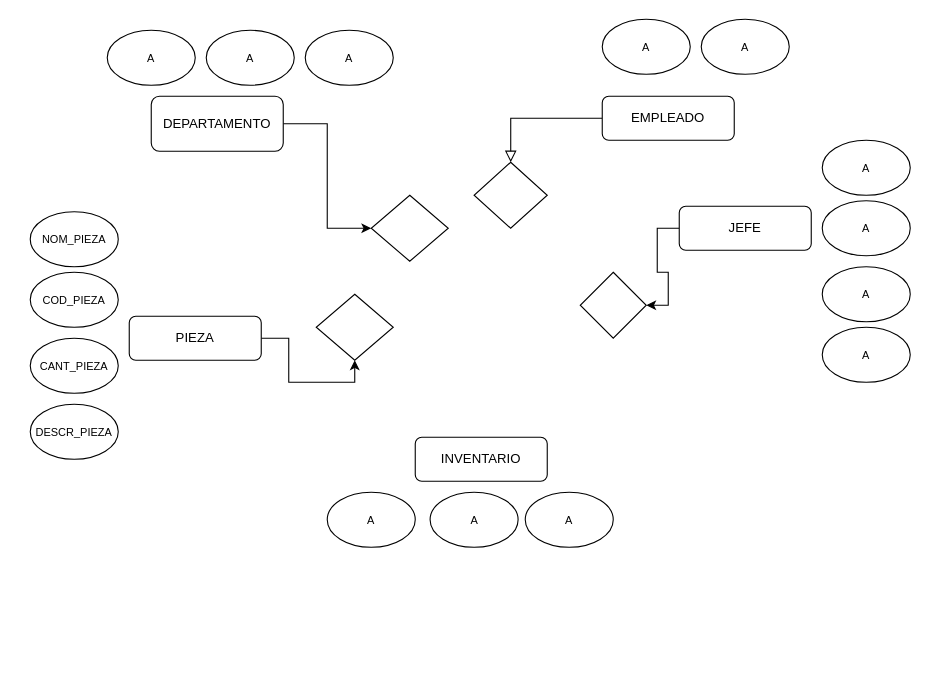
This is another.drawio from SantiagoRuizM/pragma_BasesDatos, a draw.io file, before an edit. Source tidied: cells renumbered, new cells numbered last; positions are measured from the earlier drawing's top-left corner, leaving out a move shared by most shapes. Both pictures are drawn from the tidied source at 110%, with x=0, y=0 at pixel (30, 19).
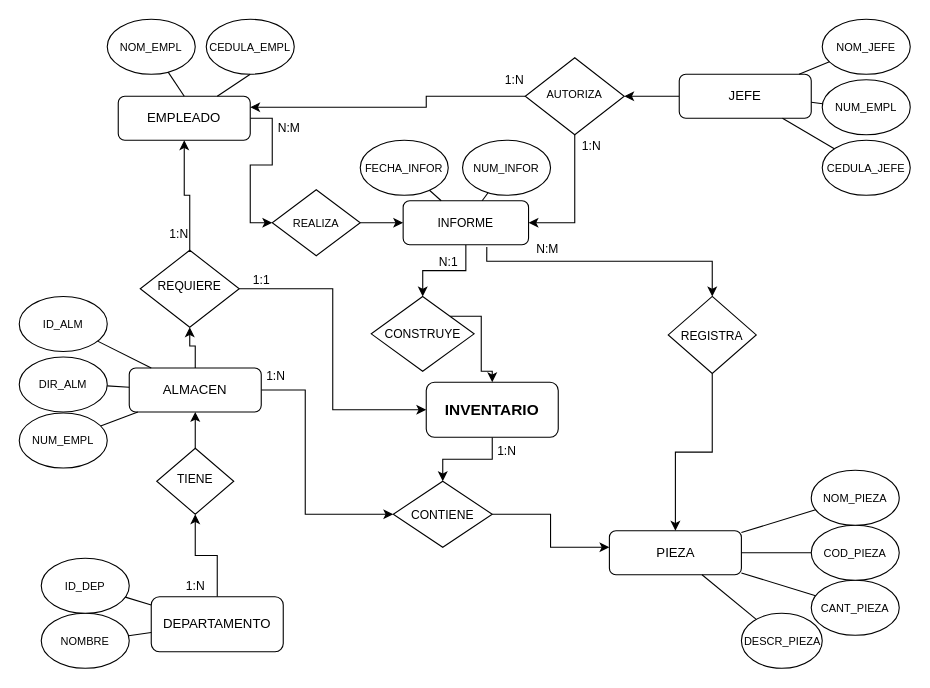
Above is the later version.

The edit, as a diff of the source:
```diff
@@
-    <mxCell id="2" style="rounded=0;html=1;jettySize=auto;fontSize=11;endArrow=block;endFill=0;endSize=8;strokeWidth=1;shadow=0;labelBackgroundColor=none;edgeStyle=orthogonalEdgeStyle;" parent="1" edge="1" source="3" target="4">
-      <mxGeometry relative="1" as="geometry" />
-    </mxCell>
+    <mxCell id="31" style="edgeStyle=orthogonalEdgeStyle;rounded=0;jettySize=auto;html=1;entryX=0;entryY=0.5;entryDx=0;entryDy=0;fontSize=10;" parent="1" edge="1" source="3" target="80">
+      <mxGeometry relative="1" as="geometry" />
+    </mxCell>
     <mxCell id="3" value="EMPLEADO" style="rounded=1;whiteSpace=wrap;html=1;fontSize=12;glass=0;strokeWidth=1;shadow=0;" parent="1" vertex="1">
-      <mxGeometry x="520" y="70" width="120" height="40" as="geometry" />
+      <mxGeometry x="80" y="70" width="120" height="40" as="geometry" />
     </mxCell>
-    <mxCell id="4" style="rhombus;whiteSpace=wrap;html=1;shadow=0;fontFamily=Helvetica;fontSize=12;align=center;strokeWidth=1;spacing=6;spacingTop=-4;" parent="1" vertex="1">
-      <mxGeometry x="403.5" y="130" width="66.5" height="60" as="geometry" />
-    </mxCell>
+    <mxCell id="32" style="edgeStyle=orthogonalEdgeStyle;rounded=0;jettySize=auto;html=1;fontSize=14;exitX=0.667;exitY=1.05;exitDx=0;exitDy=0;exitPerimeter=0;" parent="1" edge="1" source="5" target="63">
+      <mxGeometry relative="1" as="geometry">
+        <Array as="points">
+          <mxPoint x="415" y="220" />
+          <mxPoint x="620" y="220" />
+        </Array>
+      </mxGeometry>
+    </mxCell>
+    <mxCell id="33" style="edgeStyle=orthogonalEdgeStyle;rounded=0;jettySize=auto;html=1;fontSize=11;" parent="1" edge="1" source="5" target="73">
+      <mxGeometry relative="1" as="geometry" />
+    </mxCell>
-    <mxCell id="5" value="INVENTARIO" style="rounded=1;whiteSpace=wrap;html=1;fontSize=12;glass=0;strokeWidth=1;shadow=0;" parent="1" vertex="1">
-      <mxGeometry x="350" y="380" width="120" height="40" as="geometry" />
+    <mxCell id="5" value="&lt;font style=&quot;font-size: 11px;&quot;&gt;INFORME&lt;/font&gt;" style="rounded=1;whiteSpace=wrap;html=1;fontSize=12;glass=0;strokeWidth=1;shadow=0;" parent="1" vertex="1">
+      <mxGeometry x="339" y="165" width="114" height="40" as="geometry" />
     </mxCell>
-    <mxCell id="6" style="rhombus;whiteSpace=wrap;html=1;shadow=0;fontFamily=Helvetica;fontSize=12;align=center;strokeWidth=1;spacing=6;spacingTop=-4;" parent="1" vertex="1">
-      <mxGeometry x="260" y="250" width="70" height="60" as="geometry" />
-    </mxCell>
-    <mxCell id="7" style="edgeStyle=orthogonalEdgeStyle;rounded=0;jettySize=auto;html=1;entryX=0.5;entryY=1;entryDx=0;entryDy=0;" parent="1" edge="1" source="8" target="6">
-      <mxGeometry relative="1" as="geometry" />
-    </mxCell>
     <mxCell id="8" value="PIEZA" style="rounded=1;whiteSpace=wrap;html=1;fontSize=12;glass=0;strokeWidth=1;shadow=0;" parent="1" vertex="1">
-      <mxGeometry x="90" y="270" width="120" height="40" as="geometry" />
+      <mxGeometry x="526.5" y="465" width="120" height="40" as="geometry" />
     </mxCell>
@@
     <mxCell id="10" value="JEFE" style="rounded=1;whiteSpace=wrap;html=1;fontSize=12;glass=0;strokeWidth=1;shadow=0;" parent="1" vertex="1">
-      <mxGeometry x="590" y="170" width="120" height="40" as="geometry" />
+      <mxGeometry x="590" y="50" width="120" height="40" as="geometry" />
     </mxCell>
-    <mxCell id="11" style="edgeStyle=orthogonalEdgeStyle;rounded=0;jettySize=auto;html=1;entryX=0;entryY=0.5;entryDx=0;entryDy=0;" parent="1" edge="1" source="12" target="14">
+    <mxCell id="11" style="edgeStyle=orthogonalEdgeStyle;rounded=0;jettySize=auto;html=1;entryX=0.5;entryY=1;entryDx=0;entryDy=0;fontSize=12;" parent="1" edge="1" source="12" target="14">
       <mxGeometry relative="1" as="geometry" />
     </mxCell>
     <mxCell id="12" value="DEPARTAMENTO" style="rounded=1;whiteSpace=wrap;html=1;" parent="1" vertex="1">
-      <mxGeometry x="110" y="70" width="120" height="50" as="geometry" />
+      <mxGeometry x="110" y="525" width="120" height="50" as="geometry" />
     </mxCell>
+    <mxCell id="34" style="edgeStyle=orthogonalEdgeStyle;rounded=0;jettySize=auto;html=1;fontSize=12;" parent="1" edge="1" source="13" target="3">
+      <mxGeometry relative="1" as="geometry">
+        <Array as="points">
+          <mxPoint x="360" y="70" />
+          <mxPoint x="360" y="80" />
+        </Array>
+      </mxGeometry>
+    </mxCell>
+    <mxCell id="35" style="edgeStyle=orthogonalEdgeStyle;rounded=0;jettySize=auto;html=1;entryX=1;entryY=0.5;entryDx=0;entryDy=0;fontSize=14;" parent="1" edge="1" source="13" target="5">
+      <mxGeometry relative="1" as="geometry" />
+    </mxCell>
-    <mxCell id="13" style="rhombus;whiteSpace=wrap;html=1;shadow=0;fontFamily=Helvetica;fontSize=12;align=center;strokeWidth=1;spacing=6;spacingTop=-4;" parent="1" vertex="1">
-      <mxGeometry x="500" y="230" width="60" height="60" as="geometry" />
+    <mxCell id="13" value="&lt;font style=&quot;font-size: 10px;&quot;&gt;AUTORIZA&lt;/font&gt;" style="rhombus;whiteSpace=wrap;html=1;shadow=0;fontFamily=Helvetica;fontSize=12;align=center;strokeWidth=1;spacing=6;spacingTop=-4;" parent="1" vertex="1">
+      <mxGeometry x="450" y="35" width="90" height="70" as="geometry" />
     </mxCell>
+    <mxCell id="36" style="edgeStyle=orthogonalEdgeStyle;rounded=0;jettySize=auto;html=1;fontSize=12;" parent="1" edge="1" source="14" target="50">
+      <mxGeometry relative="1" as="geometry" />
+    </mxCell>
-    <mxCell id="14" style="rhombus;whiteSpace=wrap;html=1;shadow=0;fontFamily=Helvetica;fontSize=12;align=center;strokeWidth=1;spacing=6;spacingTop=-4;" parent="1" vertex="1">
-      <mxGeometry x="310" y="160" width="70" height="60" as="geometry" />
+    <mxCell id="14" value="&lt;font style=&quot;font-size: 11px;&quot;&gt;TIENE&lt;/font&gt;" style="rhombus;whiteSpace=wrap;html=1;shadow=0;fontFamily=Helvetica;fontSize=12;align=center;strokeWidth=1;spacing=6;spacingTop=-4;" parent="1" vertex="1">
+      <mxGeometry x="115" y="390" width="70" height="60" as="geometry" />
     </mxCell>
     <mxCell id="15" value="&lt;font style=&quot;font-size: 10px;&quot;&gt;CANT_PIEZA&lt;/font&gt;" style="ellipse;whiteSpace=wrap;html=1;" parent="1" vertex="1">
-      <mxGeometry y="290" width="80" height="50" as="geometry" />
+      <mxGeometry x="710" y="510" width="80" height="50" as="geometry" />
     </mxCell>
     <mxCell id="16" value="&lt;font size=&quot;1&quot;&gt;COD_PIEZA&lt;/font&gt;" style="ellipse;whiteSpace=wrap;html=1;" parent="1" vertex="1">
-      <mxGeometry y="230" width="80" height="50" as="geometry" />
+      <mxGeometry x="710" y="460" width="80" height="50" as="geometry" />
     </mxCell>
     <mxCell id="17" value="&lt;font style=&quot;font-size: 10px;&quot;&gt;NOM_PIEZA&lt;/font&gt;" style="ellipse;whiteSpace=wrap;html=1;" parent="1" vertex="1">
-      <mxGeometry y="175" width="80" height="50" as="geometry" />
+      <mxGeometry x="710" y="410" width="80" height="50" as="geometry" />
     </mxCell>
     <mxCell id="18" value="&lt;span style=&quot;font-size: 10px;&quot;&gt;DESCR_PIEZA&lt;/span&gt;" style="ellipse;whiteSpace=wrap;html=1;" parent="1" vertex="1">
-      <mxGeometry y="350" width="80" height="50" as="geometry" />
+      <mxGeometry x="646.5" y="540" width="73.5" height="50" as="geometry" />
     </mxCell>
-    <mxCell id="19" value="&lt;font style=&quot;font-size: 10px;&quot;&gt;A&lt;/font&gt;" style="ellipse;whiteSpace=wrap;html=1;" parent="1" vertex="1">
-      <mxGeometry x="720" y="280" width="80" height="50" as="geometry" />
-    </mxCell>
-    <mxCell id="20" value="&lt;font style=&quot;font-size: 10px;&quot;&gt;A&lt;/font&gt;" style="ellipse;whiteSpace=wrap;html=1;" parent="1" vertex="1">
-      <mxGeometry x="610" width="80" height="50" as="geometry" />
+    <mxCell id="20" value="&lt;font style=&quot;font-size: 10px;&quot;&gt;CEDULA_EMPL&lt;/font&gt;" style="ellipse;whiteSpace=wrap;html=1;" parent="1" vertex="1">
+      <mxGeometry x="160" width="80" height="50" as="geometry" />
     </mxCell>
-    <mxCell id="21" value="&lt;font style=&quot;font-size: 10px;&quot;&gt;A&lt;/font&gt;" style="ellipse;whiteSpace=wrap;html=1;" parent="1" vertex="1">
-      <mxGeometry x="520" width="80" height="50" as="geometry" />
+    <mxCell id="21" value="&lt;font style=&quot;font-size: 10px;&quot;&gt;NOM_EMPL&lt;/font&gt;" style="ellipse;whiteSpace=wrap;html=1;" parent="1" vertex="1">
+      <mxGeometry x="70" width="80" height="50" as="geometry" />
     </mxCell>
-    <mxCell id="22" value="&lt;font style=&quot;font-size: 10px;&quot;&gt;A&lt;/font&gt;" style="ellipse;whiteSpace=wrap;html=1;" parent="1" vertex="1">
-      <mxGeometry x="720" y="225" width="80" height="50" as="geometry" />
+    <mxCell id="22" value="&lt;font style=&quot;font-size: 10px;&quot;&gt;CEDULA_JEFE&lt;/font&gt;" style="ellipse;whiteSpace=wrap;html=1;" parent="1" vertex="1">
+      <mxGeometry x="720" y="110" width="80" height="50" as="geometry" />
     </mxCell>
-    <mxCell id="23" value="&lt;font style=&quot;font-size: 10px;&quot;&gt;A&lt;/font&gt;" style="ellipse;whiteSpace=wrap;html=1;" parent="1" vertex="1">
-      <mxGeometry x="720" y="165" width="80" height="50" as="geometry" />
+    <mxCell id="23" value="&lt;span style=&quot;font-size: 10px;&quot;&gt;NUM_EMPL&lt;/span&gt;" style="ellipse;whiteSpace=wrap;html=1;" parent="1" vertex="1">
+      <mxGeometry x="720" y="55" width="80" height="50" as="geometry" />
     </mxCell>
-    <mxCell id="24" value="&lt;font style=&quot;font-size: 10px;&quot;&gt;A&lt;/font&gt;" style="ellipse;whiteSpace=wrap;html=1;" parent="1" vertex="1">
-      <mxGeometry x="720" y="110" width="80" height="50" as="geometry" />
+    <mxCell id="24" value="&lt;span style=&quot;font-size: 10px;&quot;&gt;NOM_JEFE&lt;/span&gt;" style="ellipse;whiteSpace=wrap;html=1;" parent="1" vertex="1">
+      <mxGeometry x="720" width="80" height="50" as="geometry" />
     </mxCell>
-    <mxCell id="25" value="&lt;font style=&quot;font-size: 10px;&quot;&gt;A&lt;/font&gt;" style="ellipse;whiteSpace=wrap;html=1;" parent="1" vertex="1">
-      <mxGeometry x="250" y="10" width="80" height="50" as="geometry" />
-    </mxCell>
-    <mxCell id="26" value="&lt;font style=&quot;font-size: 10px;&quot;&gt;A&lt;/font&gt;" style="ellipse;whiteSpace=wrap;html=1;" parent="1" vertex="1">
-      <mxGeometry x="160" y="10" width="80" height="50" as="geometry" />
+    <mxCell id="26" value="&lt;font style=&quot;font-size: 10px;&quot;&gt;NOMBRE&lt;/font&gt;" style="ellipse;whiteSpace=wrap;html=1;" parent="1" vertex="1">
+      <mxGeometry x="10" y="540" width="80" height="50" as="geometry" />
     </mxCell>
-    <mxCell id="27" value="&lt;font style=&quot;font-size: 10px;&quot;&gt;A&lt;/font&gt;" style="ellipse;whiteSpace=wrap;html=1;" parent="1" vertex="1">
-      <mxGeometry x="70" y="10" width="80" height="50" as="geometry" />
+    <mxCell id="27" value="&lt;span style=&quot;font-size: 10px;&quot;&gt;ID_DEP&lt;/span&gt;" style="ellipse;whiteSpace=wrap;html=1;" parent="1" vertex="1">
+      <mxGeometry x="10" y="490" width="80" height="50" as="geometry" />
     </mxCell>
-    <mxCell id="28" value="&lt;font style=&quot;font-size: 10px;&quot;&gt;A&lt;/font&gt;" style="ellipse;whiteSpace=wrap;html=1;" parent="1" vertex="1">
-      <mxGeometry x="450" y="430" width="80" height="50" as="geometry" />
-    </mxCell>
-    <mxCell id="29" value="&lt;font style=&quot;font-size: 10px;&quot;&gt;A&lt;/font&gt;" style="ellipse;whiteSpace=wrap;html=1;" parent="1" vertex="1">
-      <mxGeometry x="363.5" y="430" width="80" height="50" as="geometry" />
+    <mxCell id="29" value="&lt;span style=&quot;font-size: 10px;&quot;&gt;FECHA_INFOR&lt;/span&gt;" style="ellipse;whiteSpace=wrap;html=1;" parent="1" vertex="1">
+      <mxGeometry x="300" y="110" width="80" height="50" as="geometry" />
     </mxCell>
-    <mxCell id="30" value="&lt;font style=&quot;font-size: 10px;&quot;&gt;A&lt;/font&gt;" style="ellipse;whiteSpace=wrap;html=1;" parent="1" vertex="1">
-      <mxGeometry x="270" y="430" width="80" height="50" as="geometry" />
+    <mxCell id="30" value="&lt;font style=&quot;font-size: 10px;&quot;&gt;NUM_INFOR&lt;/font&gt;" style="ellipse;whiteSpace=wrap;html=1;" parent="1" vertex="1">
+      <mxGeometry x="393" y="110" width="80" height="50" as="geometry" />
     </mxCell>
+    <mxCell id="37" style="endArrow=none;html=1;rounded=0;fontSize=10;" parent="1" edge="1" source="17" target="8">
+      <mxGeometry relative="1" as="geometry" />
+    </mxCell>
+    <mxCell id="38" style="endArrow=none;html=1;rounded=0;fontSize=10;" parent="1" edge="1" source="16" target="8">
+      <mxGeometry relative="1" as="geometry" />
+    </mxCell>
+    <mxCell id="39" style="endArrow=none;html=1;rounded=0;fontSize=10;" parent="1" edge="1" source="18" target="8">
+      <mxGeometry relative="1" as="geometry" />
+    </mxCell>
+    <mxCell id="40" style="endArrow=none;html=1;rounded=0;fontSize=10;" parent="1" edge="1" source="27" target="12">
+      <mxGeometry relative="1" as="geometry" />
+    </mxCell>
+    <mxCell id="41" style="endArrow=none;html=1;rounded=0;fontSize=10;entryX=0.5;entryY=0;entryDx=0;entryDy=0;" parent="1" edge="1" source="21" target="3">
+      <mxGeometry relative="1" as="geometry" />
+    </mxCell>
+    <mxCell id="42" style="endArrow=none;html=1;rounded=0;fontSize=10;entryX=0.75;entryY=0;entryDx=0;entryDy=0;exitX=0.5;exitY=1;exitDx=0;exitDy=0;" parent="1" edge="1" source="20" target="3">
+      <mxGeometry relative="1" as="geometry" />
+    </mxCell>
+    <mxCell id="43" style="endArrow=none;html=1;rounded=0;fontSize=10;" parent="1" edge="1" source="24" target="10">
+      <mxGeometry relative="1" as="geometry" />
+    </mxCell>
+    <mxCell id="44" style="endArrow=none;html=1;rounded=0;fontSize=10;" parent="1" edge="1" source="23" target="10">
+      <mxGeometry relative="1" as="geometry" />
+    </mxCell>
+    <mxCell id="45" style="endArrow=none;html=1;rounded=0;fontSize=10;" parent="1" edge="1" source="22" target="10">
+      <mxGeometry relative="1" as="geometry" />
+    </mxCell>
+    <mxCell id="46" style="endArrow=none;html=1;rounded=0;fontSize=10;" parent="1" edge="1" source="5" target="29">
+      <mxGeometry relative="1" as="geometry" />
+    </mxCell>
+    <mxCell id="47" style="endArrow=none;html=1;rounded=0;fontSize=10;" parent="1" edge="1" source="5" target="30">
+      <mxGeometry relative="1" as="geometry" />
+    </mxCell>
+    <mxCell id="48" style="edgeStyle=orthogonalEdgeStyle;rounded=0;jettySize=auto;html=1;entryX=0.5;entryY=1;entryDx=0;entryDy=0;fontSize=12;" parent="1" edge="1" source="50" target="58">
+      <mxGeometry relative="1" as="geometry" />
+    </mxCell>
+    <mxCell id="49" style="edgeStyle=orthogonalEdgeStyle;rounded=0;jettySize=auto;html=1;entryX=0;entryY=0.5;entryDx=0;entryDy=0;fontSize=11;" parent="1" edge="1" source="50" target="71">
+      <mxGeometry relative="1" as="geometry">
+        <Array as="points">
+          <mxPoint x="250" y="337" />
+          <mxPoint x="250" y="450" />
+        </Array>
+      </mxGeometry>
+    </mxCell>
+    <mxCell id="50" value="&lt;font style=&quot;font-size: 12px;&quot;&gt;ALMACEN&lt;/font&gt;" style="rounded=1;whiteSpace=wrap;html=1;fontSize=10;" parent="1" vertex="1">
+      <mxGeometry x="90" y="317" width="120" height="40" as="geometry" />
+    </mxCell>
+    <mxCell id="51" style="endArrow=none;html=1;rounded=0;fontSize=10;" parent="1" edge="1" source="26" target="12">
+      <mxGeometry relative="1" as="geometry" />
+    </mxCell>
+    <mxCell id="52" value="&lt;span style=&quot;font-size: 10px;&quot;&gt;ID_ALM&lt;/span&gt;" style="ellipse;whiteSpace=wrap;html=1;" parent="1" vertex="1">
+      <mxGeometry x="-10" y="252" width="80" height="50" as="geometry" />
+    </mxCell>
+    <mxCell id="53" value="&lt;span style=&quot;font-size: 10px;&quot;&gt;DIR_ALM&lt;/span&gt;" style="ellipse;whiteSpace=wrap;html=1;" parent="1" vertex="1">
+      <mxGeometry x="-10" y="307" width="80" height="50" as="geometry" />
+    </mxCell>
+    <mxCell id="54" style="endArrow=none;html=1;rounded=0;fontSize=10;" parent="1" edge="1" source="52" target="50">
+      <mxGeometry relative="1" as="geometry" />
+    </mxCell>
+    <mxCell id="55" style="endArrow=none;html=1;rounded=0;fontSize=10;" parent="1" edge="1" source="53" target="50">
+      <mxGeometry relative="1" as="geometry" />
+    </mxCell>
+    <mxCell id="56" style="edgeStyle=orthogonalEdgeStyle;rounded=0;jettySize=auto;html=1;fontSize=12;" parent="1" edge="1" source="58" target="3">
+      <mxGeometry relative="1" as="geometry" />
+    </mxCell>
+    <mxCell id="57" style="edgeStyle=orthogonalEdgeStyle;rounded=0;jettySize=auto;html=1;entryX=0;entryY=0.5;entryDx=0;entryDy=0;fontSize=14;" parent="1" edge="1" source="58" target="69">
+      <mxGeometry relative="1" as="geometry" />
+    </mxCell>
+    <mxCell id="58" value="&lt;font style=&quot;font-size: 11px;&quot;&gt;REQUIERE&lt;/font&gt;" style="rhombus;whiteSpace=wrap;html=1;shadow=0;fontFamily=Helvetica;fontSize=12;align=center;strokeWidth=1;spacing=6;spacingTop=-4;" parent="1" vertex="1">
+      <mxGeometry x="100" y="210" width="90" height="70" as="geometry" />
+    </mxCell>
+    <mxCell id="59" style="endArrow=none;html=1;rounded=0;fontSize=10;" parent="1" edge="1" source="15" target="8">
+      <mxGeometry relative="1" as="geometry" />
+    </mxCell>
+    <mxCell id="60" value="&lt;span style=&quot;font-size: 10px;&quot;&gt;NUM_EMPL&lt;/span&gt;" style="ellipse;whiteSpace=wrap;html=1;" parent="1" vertex="1">
+      <mxGeometry x="-10" y="358" width="80" height="50" as="geometry" />
+    </mxCell>
+    <mxCell id="61" style="endArrow=none;html=1;rounded=0;fontSize=10;" parent="1" edge="1" source="60" target="50">
+      <mxGeometry relative="1" as="geometry" />
+    </mxCell>
+    <mxCell id="62" style="edgeStyle=orthogonalEdgeStyle;rounded=0;jettySize=auto;html=1;fontSize=11;" parent="1" edge="1" source="63" target="8">
+      <mxGeometry relative="1" as="geometry" />
+    </mxCell>
+    <mxCell id="63" value="&lt;font style=&quot;font-size: 11px;&quot;&gt;REGISTRA&lt;/font&gt;" style="rhombus;whiteSpace=wrap;html=1;fontSize=14;" parent="1" vertex="1">
+      <mxGeometry x="580" y="252" width="80" height="70" as="geometry" />
+    </mxCell>
+    <mxCell id="64" value="1:N" style="text;html=1;align=center;verticalAlign=middle;strokeColor=none;fillColor=none;fontSize=11;" parent="1" vertex="1">
+      <mxGeometry x="130" y="500" width="40" height="30" as="geometry" />
+    </mxCell>
+    <mxCell id="65" value="1:N" style="text;html=1;align=center;verticalAlign=middle;strokeColor=none;fillColor=none;fontSize=11;" parent="1" vertex="1">
+      <mxGeometry x="115" y="180" width="40" height="30" as="geometry" />
+    </mxCell>
+    <mxCell id="66" value="1:N" style="text;html=1;align=center;verticalAlign=middle;strokeColor=none;fillColor=none;fontSize=11;" parent="1" vertex="1">
+      <mxGeometry x="490" y="100" width="40" height="30" as="geometry" />
+    </mxCell>
+    <mxCell id="67" value="1:N" style="text;html=1;align=center;verticalAlign=middle;strokeColor=none;fillColor=none;fontSize=11;" parent="1" vertex="1">
+      <mxGeometry x="420" y="40" width="40" height="30" as="geometry" />
+    </mxCell>
+    <mxCell id="68" style="edgeStyle=orthogonalEdgeStyle;rounded=0;jettySize=auto;html=1;fontSize=14;" parent="1" edge="1" source="69" target="71">
+      <mxGeometry relative="1" as="geometry" />
+    </mxCell>
+    <mxCell id="69" value="&lt;font style=&quot;font-size: 14px;&quot;&gt;&lt;b&gt;INVENTARIO&lt;/b&gt;&lt;/font&gt;" style="rounded=1;whiteSpace=wrap;html=1;fontSize=11;" parent="1" vertex="1">
+      <mxGeometry x="360" y="330" width="120" height="50" as="geometry" />
+    </mxCell>
+    <mxCell id="70" style="edgeStyle=orthogonalEdgeStyle;rounded=0;jettySize=auto;html=1;fontSize=11;" parent="1" edge="1" source="71" target="8">
+      <mxGeometry relative="1" as="geometry">
+        <Array as="points">
+          <mxPoint x="473" y="450" />
+          <mxPoint x="473" y="480" />
+        </Array>
+      </mxGeometry>
+    </mxCell>
+    <mxCell id="71" value="&lt;font style=&quot;font-size: 11px;&quot;&gt;CONTIENE&lt;/font&gt;" style="rhombus;whiteSpace=wrap;html=1;fontSize=14;" parent="1" vertex="1">
+      <mxGeometry x="330" y="420" width="90" height="60" as="geometry" />
+    </mxCell>
+    <mxCell id="72" style="edgeStyle=orthogonalEdgeStyle;rounded=0;jettySize=auto;html=1;fontSize=11;" parent="1" edge="1" source="73" target="69">
+      <mxGeometry relative="1" as="geometry">
+        <Array as="points">
+          <mxPoint x="410" y="270" />
+          <mxPoint x="410" y="320" />
+          <mxPoint x="420" y="320" />
+        </Array>
+      </mxGeometry>
+    </mxCell>
+    <mxCell id="73" value="CONSTRUYE" style="rhombus;whiteSpace=wrap;html=1;fontSize=11;" parent="1" vertex="1">
+      <mxGeometry x="310" y="252" width="93.5" height="68" as="geometry" />
+    </mxCell>
+    <mxCell id="74" value="N:1" style="text;html=1;align=center;verticalAlign=middle;strokeColor=none;fillColor=none;fontSize=11;" parent="1" vertex="1">
+      <mxGeometry x="360" y="206" width="40" height="30" as="geometry" />
+    </mxCell>
+    <mxCell id="75" value="1:N" style="text;html=1;align=center;verticalAlign=middle;strokeColor=none;fillColor=none;fontSize=11;" parent="1" vertex="1">
+      <mxGeometry x="203" y="309" width="40" height="30" as="geometry" />
+    </mxCell>
+    <mxCell id="76" value="1:N" style="text;html=1;align=center;verticalAlign=middle;strokeColor=none;fillColor=none;fontSize=11;" parent="1" vertex="1">
+      <mxGeometry x="413" y="378" width="40" height="30" as="geometry" />
+    </mxCell>
+    <mxCell id="77" value="1:1" style="text;html=1;align=center;verticalAlign=middle;strokeColor=none;fillColor=none;fontSize=11;" parent="1" vertex="1">
+      <mxGeometry x="190" y="222" width="40" height="30" as="geometry" />
+    </mxCell>
+    <mxCell id="78" value="N:M" style="text;html=1;align=center;verticalAlign=middle;strokeColor=none;fillColor=none;fontSize=11;" parent="1" vertex="1">
+      <mxGeometry x="450" y="194" width="40" height="30" as="geometry" />
+    </mxCell>
+    <mxCell id="79" style="edgeStyle=orthogonalEdgeStyle;rounded=0;jettySize=auto;html=1;fontSize=10;" parent="1" edge="1" source="80" target="5">
+      <mxGeometry relative="1" as="geometry" />
+    </mxCell>
+    <mxCell id="80" value="&lt;font style=&quot;font-size: 10px;&quot;&gt;REALIZA&lt;/font&gt;" style="rhombus;whiteSpace=wrap;html=1;fontSize=11;" parent="1" vertex="1">
+      <mxGeometry x="220" y="155" width="80" height="60" as="geometry" />
+    </mxCell>
+    <mxCell id="81" value="N:M" style="text;html=1;align=center;verticalAlign=middle;strokeColor=none;fillColor=none;fontSize=11;" parent="1" vertex="1">
+      <mxGeometry x="215" y="84" width="40" height="30" as="geometry" />
+    </mxCell>
```
